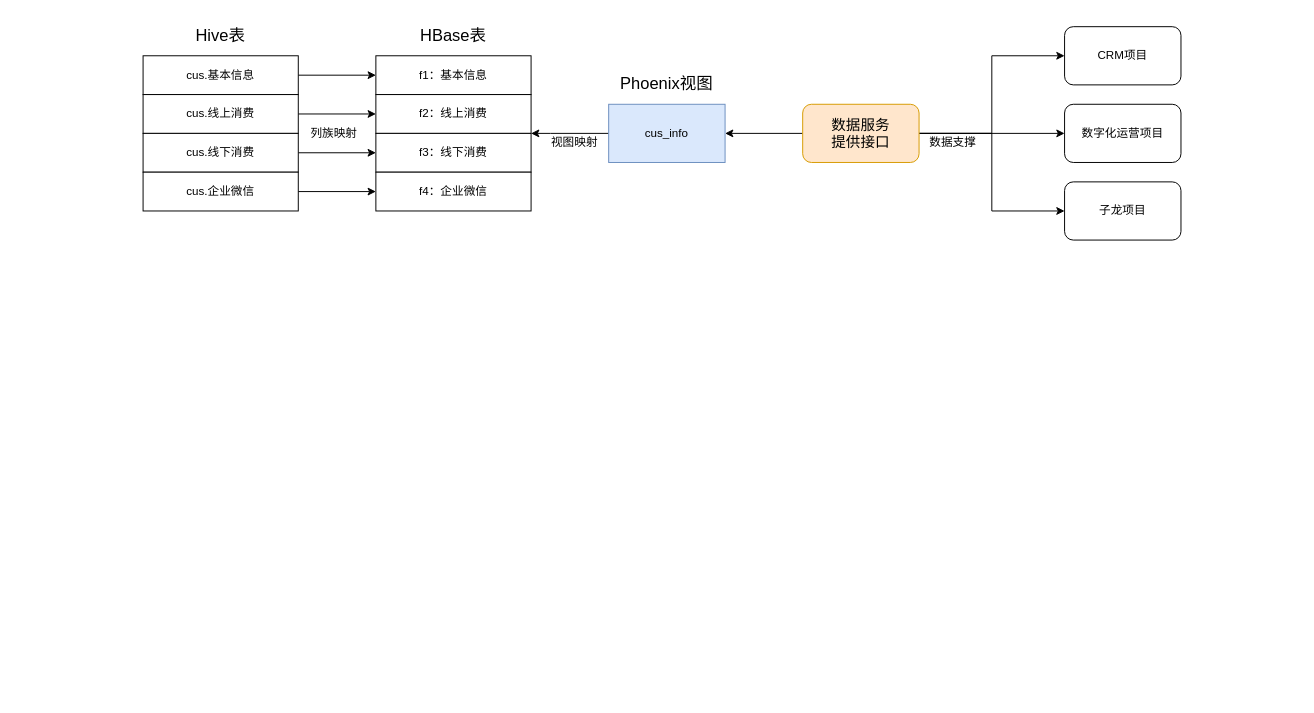
This is pet_data_warehouse/客户标签.drawio from fangzheng0518/draw, a draw.io file, before an edit. Source tidied: cells renumbered, new cells numbered last; positions are measured from the earlier drawing's top-left corner, leaving out a move shared by most shapes. Both pictures are drawn from the tidied source at 97%, with x=0, y=0 at pixel (143, 26).
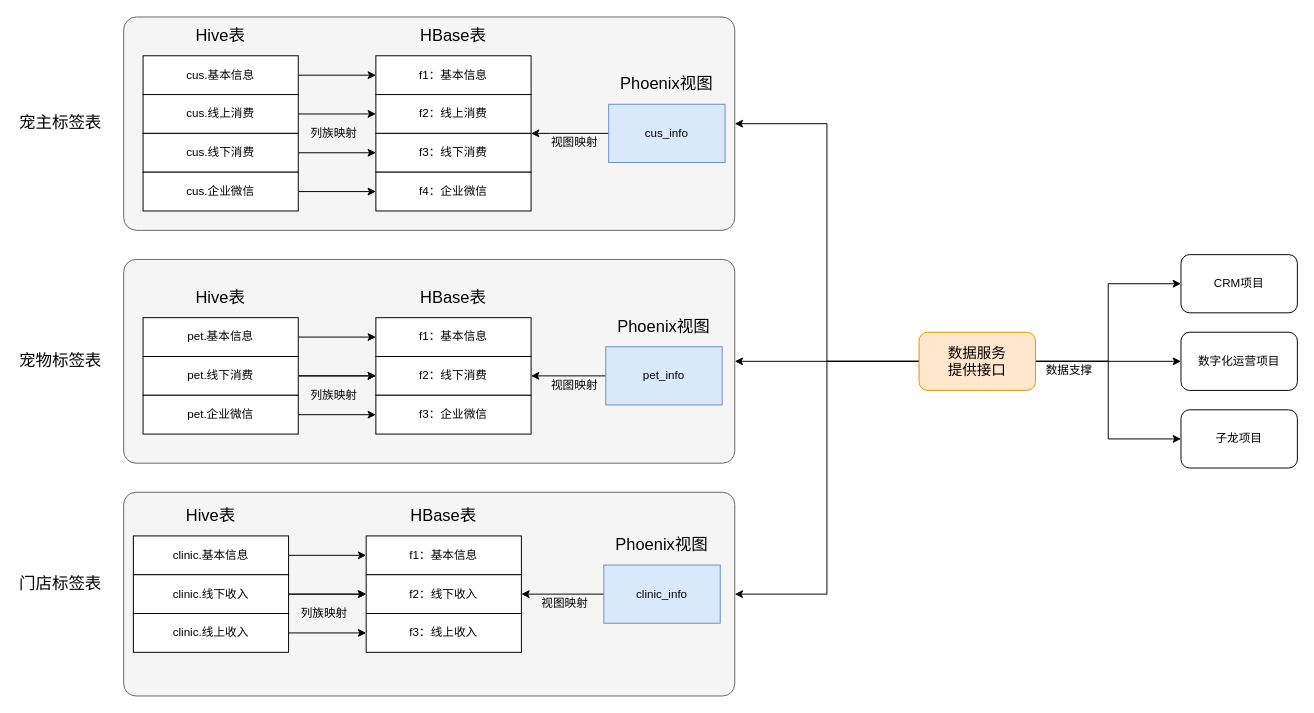
The same diagram, later.

Commit message (it also covers changes not shown here):
更新客户标签.drawio

Unchanged cells that the change refers to:
```xml
<mxCell id="17" value="cus_info" style="rounded=0;whiteSpace=wrap;html=1;fillColor=#dae8fc;strokeColor=#6c8ebf;" parent="1" vertex="1">
  <mxGeometry x="480" y="80" width="120" height="60" as="geometry" />
</mxCell>
```

The edit, as a diff of the source:
```diff
@@
+    <mxCell id="30" style="rounded=1;whiteSpace=wrap;html=1;arcSize=6;fillColor=#f5f5f5;strokeColor=#666666;fontColor=#333333;" parent="1" vertex="1">
+      <mxGeometry x="-20" y="480" width="630" height="210" as="geometry" />
+    </mxCell>
+    <mxCell id="31" style="rounded=1;whiteSpace=wrap;html=1;arcSize=6;fillColor=#f5f5f5;strokeColor=#666666;fontColor=#333333;" parent="1" vertex="1">
+      <mxGeometry x="-20" y="240" width="630" height="210" as="geometry" />
+    </mxCell>
+    <mxCell id="32" style="rounded=1;whiteSpace=wrap;html=1;arcSize=6;fillColor=#f5f5f5;strokeColor=#666666;fontColor=#333333;" parent="1" vertex="1">
+      <mxGeometry x="-20" y="-10" width="630" height="220" as="geometry" />
+    </mxCell>
@@
     <mxCell id="19" value="CRM项目" style="rounded=1;whiteSpace=wrap;html=1;" parent="1" vertex="1">
-      <mxGeometry x="950" width="120" height="60" as="geometry" />
+      <mxGeometry x="1070" y="235" width="120" height="60" as="geometry" />
     </mxCell>
     <mxCell id="20" value="数字化运营项目" style="rounded=1;whiteSpace=wrap;html=1;" parent="1" vertex="1">
-      <mxGeometry x="950" y="80" width="120" height="60" as="geometry" />
+      <mxGeometry x="1070" y="315" width="120" height="60" as="geometry" />
     </mxCell>
     <mxCell id="21" value="子龙项目" style="rounded=1;whiteSpace=wrap;html=1;" parent="1" vertex="1">
-      <mxGeometry x="950" y="160" width="120" height="60" as="geometry" />
+      <mxGeometry x="1070" y="395" width="120" height="60" as="geometry" />
     </mxCell>
-    <mxCell id="22" style="edgeStyle=orthogonalEdgeStyle;rounded=0;jettySize=auto;html=1;entryX=1;entryY=0.5;entryDx=0;entryDy=0;" parent="1" edge="1" source="26" target="17">
-      <mxGeometry relative="1" as="geometry" />
-    </mxCell>
@@
+    <mxCell id="33" style="edgeStyle=orthogonalEdgeStyle;rounded=0;jettySize=auto;html=1;entryX=1;entryY=0.5;entryDx=0;entryDy=0;" parent="1" edge="1" source="26" target="32">
+      <mxGeometry relative="1" as="geometry" />
+    </mxCell>
+    <mxCell id="34" style="edgeStyle=orthogonalEdgeStyle;rounded=0;jettySize=auto;html=1;entryX=1;entryY=0.5;entryDx=0;entryDy=0;" parent="1" edge="1" source="26" target="31">
+      <mxGeometry relative="1" as="geometry" />
+    </mxCell>
+    <mxCell id="35" style="edgeStyle=orthogonalEdgeStyle;rounded=0;jettySize=auto;html=1;entryX=1;entryY=0.5;entryDx=0;entryDy=0;" parent="1" edge="1" source="26" target="30">
+      <mxGeometry relative="1" as="geometry" />
+    </mxCell>
     <mxCell id="26" value="&lt;font style=&quot;font-size: 15px&quot;&gt;数据服务&lt;br&gt;提供接口&lt;/font&gt;" style="rounded=1;whiteSpace=wrap;html=1;fillColor=#ffe6cc;strokeColor=#d79b00;" parent="1" vertex="1">
-      <mxGeometry x="680" y="80" width="120" height="60" as="geometry" />
+      <mxGeometry x="800" y="315" width="120" height="60" as="geometry" />
     </mxCell>
@@
     <mxCell id="29" value="数据支撑" style="text;html=1;strokeColor=none;fillColor=none;align=center;verticalAlign=middle;whiteSpace=wrap;rounded=0;" parent="1" vertex="1">
-      <mxGeometry x="810" y="110" width="50" height="20" as="geometry" />
+      <mxGeometry x="930" y="345" width="50" height="20" as="geometry" />
     </mxCell>
+    <mxCell id="36" style="edgeStyle=orthogonalEdgeStyle;rounded=0;jettySize=auto;html=1;" parent="1" edge="1" source="37" target="43">
+      <mxGeometry relative="1" as="geometry" />
+    </mxCell>
+    <mxCell id="37" value="pet.基本信息" style="rounded=1;whiteSpace=wrap;html=1;arcSize=0;" parent="1" vertex="1">
+      <mxGeometry y="300" width="160" height="40" as="geometry" />
+    </mxCell>
+    <mxCell id="38" style="edgeStyle=orthogonalEdgeStyle;rounded=0;orthogonalLoop=1;jettySize=auto;html=1;" parent="1" edge="1">
+      <mxGeometry relative="1" as="geometry">
+        <mxPoint x="160" y="360" as="sourcePoint" />
+        <mxPoint x="240" y="360" as="targetPoint" />
+      </mxGeometry>
+    </mxCell>
+    <mxCell id="39" style="edgeStyle=orthogonalEdgeStyle;rounded=0;jettySize=auto;html=1;entryX=0;entryY=0.5;entryDx=0;entryDy=0;" parent="1" edge="1" source="40" target="44">
+      <mxGeometry relative="1" as="geometry" />
+    </mxCell>
+    <mxCell id="40" value="pet.线下消费" style="rounded=1;whiteSpace=wrap;html=1;arcSize=0;" parent="1" vertex="1">
+      <mxGeometry y="340" width="160" height="40" as="geometry" />
+    </mxCell>
+    <mxCell id="41" style="edgeStyle=orthogonalEdgeStyle;rounded=0;jettySize=auto;html=1;entryX=0;entryY=0.5;entryDx=0;entryDy=0;" parent="1" edge="1" source="42" target="45">
+      <mxGeometry relative="1" as="geometry" />
+    </mxCell>
+    <mxCell id="42" value="pet.企业微信" style="rounded=1;whiteSpace=wrap;html=1;arcSize=0;" parent="1" vertex="1">
+      <mxGeometry y="380" width="160" height="40" as="geometry" />
+    </mxCell>
+    <mxCell id="43" value="f1：基本信息" style="rounded=0;whiteSpace=wrap;html=1;" parent="1" vertex="1">
+      <mxGeometry x="240" y="300" width="160" height="40" as="geometry" />
+    </mxCell>
+    <mxCell id="44" value="f2：线下消费" style="rounded=0;whiteSpace=wrap;html=1;" parent="1" vertex="1">
+      <mxGeometry x="240" y="340" width="160" height="40" as="geometry" />
+    </mxCell>
+    <mxCell id="45" value="f3：企业微信" style="rounded=0;whiteSpace=wrap;html=1;" parent="1" vertex="1">
+      <mxGeometry x="240" y="380" width="160" height="40" as="geometry" />
+    </mxCell>
+    <mxCell id="46" value="&lt;font style=&quot;font-size: 17px&quot;&gt;Hive表&lt;/font&gt;" style="text;html=1;strokeColor=none;fillColor=none;align=center;verticalAlign=middle;whiteSpace=wrap;rounded=0;" parent="1" vertex="1">
+      <mxGeometry x="40" y="270" width="80" height="20" as="geometry" />
+    </mxCell>
+    <mxCell id="47" value="&lt;font style=&quot;font-size: 17px&quot;&gt;HBase表&lt;/font&gt;" style="text;html=1;strokeColor=none;fillColor=none;align=center;verticalAlign=middle;whiteSpace=wrap;rounded=0;" parent="1" vertex="1">
+      <mxGeometry x="280" y="270" width="80" height="20" as="geometry" />
+    </mxCell>
+    <mxCell id="48" style="edgeStyle=orthogonalEdgeStyle;rounded=0;jettySize=auto;html=1;exitX=0;exitY=0.5;exitDx=0;exitDy=0;entryX=1;entryY=0.5;entryDx=0;entryDy=0;" parent="1" edge="1" source="49" target="44">
+      <mxGeometry relative="1" as="geometry" />
+    </mxCell>
+    <mxCell id="49" value="pet_info" style="rounded=0;whiteSpace=wrap;html=1;strokeColor=#6c8ebf;fillColor=#dae8fc;" parent="1" vertex="1">
+      <mxGeometry x="477" y="330" width="120" height="60" as="geometry" />
+    </mxCell>
+    <mxCell id="50" value="&lt;font style=&quot;font-size: 17px&quot;&gt;Phoenix视图&lt;/font&gt;" style="text;html=1;strokeColor=none;fillColor=none;align=center;verticalAlign=middle;whiteSpace=wrap;rounded=0;" parent="1" vertex="1">
+      <mxGeometry x="482" y="300" width="110" height="20" as="geometry" />
+    </mxCell>
+    <mxCell id="51" value="列族映射" style="text;html=1;strokeColor=none;fillColor=none;align=center;verticalAlign=middle;whiteSpace=wrap;rounded=0;" parent="1" vertex="1">
+      <mxGeometry x="172" y="370" width="50" height="20" as="geometry" />
+    </mxCell>
+    <mxCell id="52" value="视图映射" style="text;html=1;strokeColor=none;fillColor=none;align=center;verticalAlign=middle;whiteSpace=wrap;rounded=0;" parent="1" vertex="1">
+      <mxGeometry x="420" y="360" width="50" height="20" as="geometry" />
+    </mxCell>
+    <mxCell id="53" style="edgeStyle=orthogonalEdgeStyle;rounded=0;jettySize=auto;html=1;" parent="1" edge="1" source="54" target="60">
+      <mxGeometry relative="1" as="geometry" />
+    </mxCell>
+    <mxCell id="54" value="clinic.基本信息" style="rounded=1;whiteSpace=wrap;html=1;arcSize=0;" parent="1" vertex="1">
+      <mxGeometry x="-10" y="525" width="160" height="40" as="geometry" />
+    </mxCell>
+    <mxCell id="55" style="edgeStyle=orthogonalEdgeStyle;rounded=0;orthogonalLoop=1;jettySize=auto;html=1;" parent="1" edge="1">
+      <mxGeometry relative="1" as="geometry">
+        <mxPoint x="150" y="585" as="sourcePoint" />
+        <mxPoint x="230" y="585" as="targetPoint" />
+      </mxGeometry>
+    </mxCell>
+    <mxCell id="56" style="edgeStyle=orthogonalEdgeStyle;rounded=0;jettySize=auto;html=1;entryX=0;entryY=0.5;entryDx=0;entryDy=0;" parent="1" edge="1" source="57" target="61">
+      <mxGeometry relative="1" as="geometry" />
+    </mxCell>
+    <mxCell id="57" value="clinic.线下收入" style="rounded=1;whiteSpace=wrap;html=1;arcSize=0;" parent="1" vertex="1">
+      <mxGeometry x="-10" y="565" width="160" height="40" as="geometry" />
+    </mxCell>
+    <mxCell id="58" style="edgeStyle=orthogonalEdgeStyle;rounded=0;jettySize=auto;html=1;entryX=0;entryY=0.5;entryDx=0;entryDy=0;" parent="1" edge="1" source="59" target="62">
+      <mxGeometry relative="1" as="geometry" />
+    </mxCell>
+    <mxCell id="59" value="clinic.线上收入" style="rounded=1;whiteSpace=wrap;html=1;arcSize=0;" parent="1" vertex="1">
+      <mxGeometry x="-10" y="605" width="160" height="40" as="geometry" />
+    </mxCell>
+    <mxCell id="60" value="f1：基本信息" style="rounded=0;whiteSpace=wrap;html=1;" parent="1" vertex="1">
+      <mxGeometry x="230" y="525" width="160" height="40" as="geometry" />
+    </mxCell>
+    <mxCell id="61" value="f2：线下收入" style="rounded=0;whiteSpace=wrap;html=1;" parent="1" vertex="1">
+      <mxGeometry x="230" y="565" width="160" height="40" as="geometry" />
+    </mxCell>
+    <mxCell id="62" value="f3：线上收入" style="rounded=0;whiteSpace=wrap;html=1;" parent="1" vertex="1">
+      <mxGeometry x="230" y="605" width="160" height="40" as="geometry" />
+    </mxCell>
+    <mxCell id="63" value="&lt;font style=&quot;font-size: 17px&quot;&gt;Hive表&lt;/font&gt;" style="text;html=1;strokeColor=none;fillColor=none;align=center;verticalAlign=middle;whiteSpace=wrap;rounded=0;" parent="1" vertex="1">
+      <mxGeometry x="30" y="495" width="80" height="20" as="geometry" />
+    </mxCell>
+    <mxCell id="64" value="&lt;font style=&quot;font-size: 17px&quot;&gt;HBase表&lt;/font&gt;" style="text;html=1;strokeColor=none;fillColor=none;align=center;verticalAlign=middle;whiteSpace=wrap;rounded=0;" parent="1" vertex="1">
+      <mxGeometry x="270" y="495" width="80" height="20" as="geometry" />
+    </mxCell>
+    <mxCell id="65" style="edgeStyle=orthogonalEdgeStyle;rounded=0;jettySize=auto;html=1;exitX=0;exitY=0.5;exitDx=0;exitDy=0;entryX=1;entryY=0.5;entryDx=0;entryDy=0;" parent="1" edge="1" source="66" target="61">
+      <mxGeometry relative="1" as="geometry" />
+    </mxCell>
+    <mxCell id="66" value="clinic_info" style="rounded=0;whiteSpace=wrap;html=1;fillColor=#dae8fc;strokeColor=#6c8ebf;" parent="1" vertex="1">
+      <mxGeometry x="475" y="555" width="120" height="60" as="geometry" />
+    </mxCell>
+    <mxCell id="67" value="&lt;font style=&quot;font-size: 17px&quot;&gt;Phoenix视图&lt;/font&gt;" style="text;html=1;strokeColor=none;fillColor=none;align=center;verticalAlign=middle;whiteSpace=wrap;rounded=0;" parent="1" vertex="1">
+      <mxGeometry x="480" y="525" width="110" height="20" as="geometry" />
+    </mxCell>
+    <mxCell id="68" value="列族映射" style="text;html=1;strokeColor=none;fillColor=none;align=center;verticalAlign=middle;whiteSpace=wrap;rounded=0;" parent="1" vertex="1">
+      <mxGeometry x="162" y="595" width="50" height="20" as="geometry" />
+    </mxCell>
+    <mxCell id="69" value="视图映射" style="text;html=1;strokeColor=none;fillColor=none;align=center;verticalAlign=middle;whiteSpace=wrap;rounded=0;" parent="1" vertex="1">
+      <mxGeometry x="410" y="585" width="50" height="20" as="geometry" />
+    </mxCell>
+    <mxCell id="70" value="&lt;span style=&quot;font-size: 17px&quot;&gt;宠主标签表&lt;/span&gt;" style="text;html=1;strokeColor=none;fillColor=none;align=center;verticalAlign=middle;whiteSpace=wrap;rounded=0;" parent="1" vertex="1">
+      <mxGeometry x="-130" y="90" width="90" height="20" as="geometry" />
+    </mxCell>
+    <mxCell id="71" value="&lt;span style=&quot;font-size: 17px&quot;&gt;宠物标签表&lt;/span&gt;" style="text;html=1;strokeColor=none;fillColor=none;align=center;verticalAlign=middle;whiteSpace=wrap;rounded=0;" parent="1" vertex="1">
+      <mxGeometry x="-130" y="335" width="90" height="20" as="geometry" />
+    </mxCell>
+    <mxCell id="72" value="&lt;span style=&quot;font-size: 17px&quot;&gt;门店标签表&lt;/span&gt;" style="text;html=1;strokeColor=none;fillColor=none;align=center;verticalAlign=middle;whiteSpace=wrap;rounded=0;" parent="1" vertex="1">
+      <mxGeometry x="-130" y="565" width="90" height="20" as="geometry" />
+    </mxCell>
```
